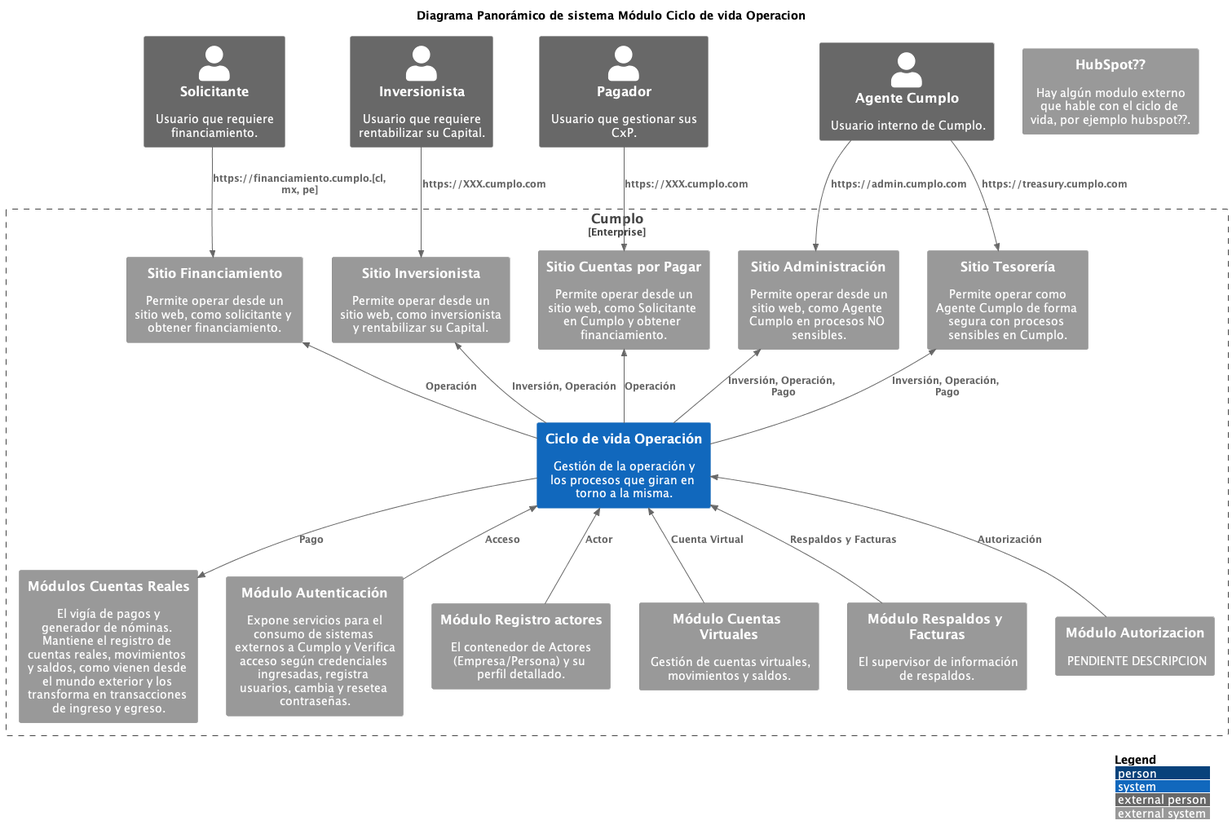
Before: CicloVidaOperacion/ContextoPanoramicoOperacion.png, a diagram exported from PlantUML (kpeet/koyweC4).
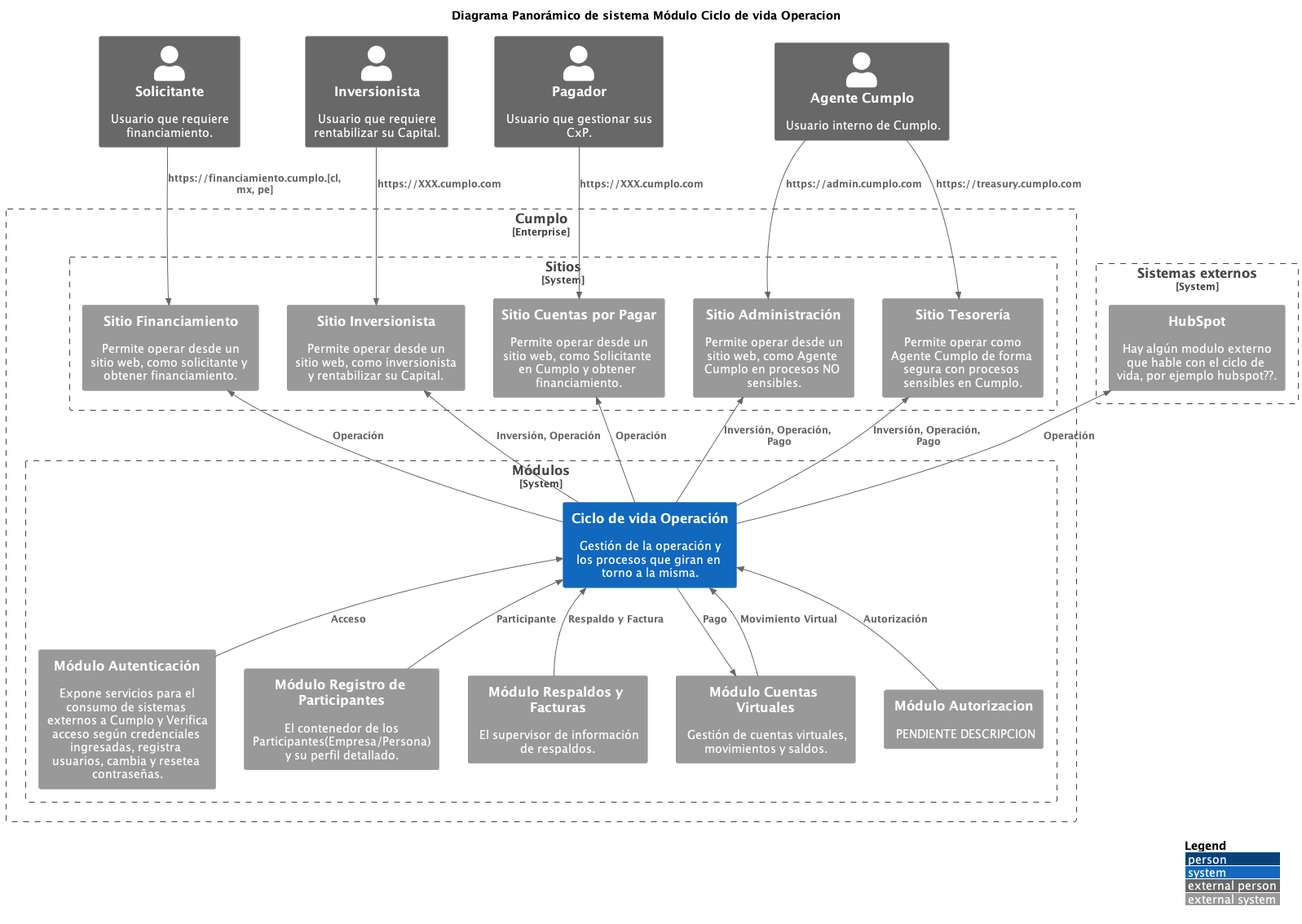
After the commit.

Commit message:
ajustes a cuentas reales y ciclo de vida de la operación

Change to the diagram source:
```diff
@@ -6,6 +6,7 @@
 !include ../textos/sitios.puml
 !include ../textos/sistemas_externos_cumplo.puml
 !include ../textos/usuarios.puml
+!include ../textos/perimetros.puml
 
 LAYOUT_WITH_LEGEND()
 
@@ -15,34 +16,39 @@
 Person_Ext(pagador,$TITULO_PAGADOR ,$DESCRIPCION_PAGADOR )
 Person_Ext(agente_cumplo, $TITULO_AGENTE_CUMPLO,$DESCRIPCION_AGENTE_CUMPLO)
 
-System_Ext(hubspot, "HubSpot??", "Hay algún modulo externo que hable con el ciclo de vida, por ejemplo hubspot??.")
 
 
-Enterprise_Boundary(c0, "Cumplo") {
-    System(modulo_operaciones, $TITULO_CICLO_VIDA_OPERACION,$DESCRIPCION_CICLO_VIDA_OPERACION )
-    System_Ext(modulo_cuentas_reales, $TITULO_CUENTAS_REALES, $DESCRIPCION_CUENTAS_REALES)
-    System_Ext(modulo_autenticacion, $TITULO_AUTENTICACION , $DESCRIPCION_AUTENTICACION)
-    System_Ext(modulo_registro_actores,$TITULO_REGISTRO_ACTORES ,$DESCRIPCION_REGISTRO_ACTORES )
-    System_Ext(modulo_cuentas_virtuales, $TITULO_CUENTAS_VIRTUALES ,$DESCRIPCION_CUENTAS_VIRTUALES )
-    System_Ext(modulo_respaldo_facturas, $TITULO_RESPALDOS, $DESCRIPCION_RESPALDOS )
-    System_Ext(modulo_autorizacion,$TITULO_AUTORIZACION , $DESCRIPCION_AUTORIZACION)
+Enterprise_Boundary(c0, $PERIMETRO_CUMPLO) {
+    System_Boundary(sistemas_modulos, $PERIMETRO_MODULOS){
+        System(modulo_operaciones, $TITULO_CICLO_VIDA_OPERACION,$DESCRIPCION_CICLO_VIDA_OPERACION )
+        System_Ext(modulo_autenticacion, $TITULO_AUTENTICACION , $DESCRIPCION_AUTENTICACION)
+        System_Ext(modulo_registro_actores,$TITULO_REGISTRO_ACTORES ,$DESCRIPCION_REGISTRO_ACTORES )
+        System_Ext(modulo_cuentas_virtuales, $TITULO_CUENTAS_VIRTUALES ,$DESCRIPCION_CUENTAS_VIRTUALES )
+        System_Ext(modulo_respaldo_facturas, $TITULO_RESPALDOS, $DESCRIPCION_RESPALDOS )
+        System_Ext(modulo_autorizacion,$TITULO_AUTORIZACION , $DESCRIPCION_AUTORIZACION)
+    }
 
+    System_Boundary(sistemas_sitios, $PERIMETRO_SITIOS){
+        System_Ext(s_financiamiento,$TITULO_SITIO_FINANCIAMIENTO , $DESCRIPCION_SITIO_FINANCIAMIENTO )
+        System_Ext(s_inversionista,$TITULO_SITIO_INVERSIONISTA ,$DESCRIPCION_SITIO_INVERSIONISTA )
+        System_Ext(s_cuentas_x_pagar,$TITULO_SITIO_CXP ,$DESCRIPCION_SITIO_CXP )
+        System_Ext(s_administracion, $TITULO_SITIO_ADMINISTRACION,$DESCRIPCION_SITIO_ADMINISTRACION )
+        System_Ext(s_tesoreria, $TITULO_SITIO_TESORERIA,$DESCRIPCION_SITIO_TESORERIA )
+    }
+}
 
-
-    System_Ext(s_financiamiento,$TITULO_SITIO_FINANCIAMIENTO , $DESCRIPCION_SITIO_FINANCIAMIENTO )
-    System_Ext(s_inversionista,$TITULO_SITIO_INVERSIONISTA ,$DESCRIPCION_SITIO_INVERSIONISTA )
-    System_Ext(s_cuentas_x_pagar,$TITULO_SITIO_CXP ,$DESCRIPCION_SITIO_CXP )
-    System_Ext(s_administracion, $TITULO_SITIO_ADMINISTRACION,$DESCRIPCION_SITIO_ADMINISTRACION )
-    System_Ext(s_tesoreria, $TITULO_SITIO_TESORERIA,$DESCRIPCION_SITIO_TESORERIA )
+System_Boundary(sistemas_externos, $PERIMETRO_SISTEMAS_EXTERNOS){
+    System_Ext(hubspot, "HubSpot", "Hay algún modulo externo que hable con el ciclo de vida, por ejemplo hubspot??.")
 }
 
 
 Rel_U(modulo_autorizacion, modulo_operaciones, $MODELO_AUTORIZACION)
 Rel_U( modulo_autenticacion,modulo_operaciones, $MODELO_ACCESO )
 Rel_U(modulo_registro_actores, modulo_operaciones, $MODELO_ACTOR)
-Rel(modulo_operaciones, modulo_cuentas_reales, $MODELO_PAGO )
+Rel(modulo_operaciones, modulo_cuentas_virtuales, $MODELO_PAGO )
+Rel( modulo_cuentas_virtuales,modulo_operaciones, $MODELO_MOVIMIENTO )
 Rel_U(modulo_respaldo_facturas, modulo_operaciones, $MODELO_RESPALDO)
-Rel_U(modulo_cuentas_virtuales, modulo_operaciones, $MODELO_CUENTA_VIRTUAL)
+Rel_U( modulo_operaciones,hubspot, $MODELO_OPERACION)
 
 
 
```
